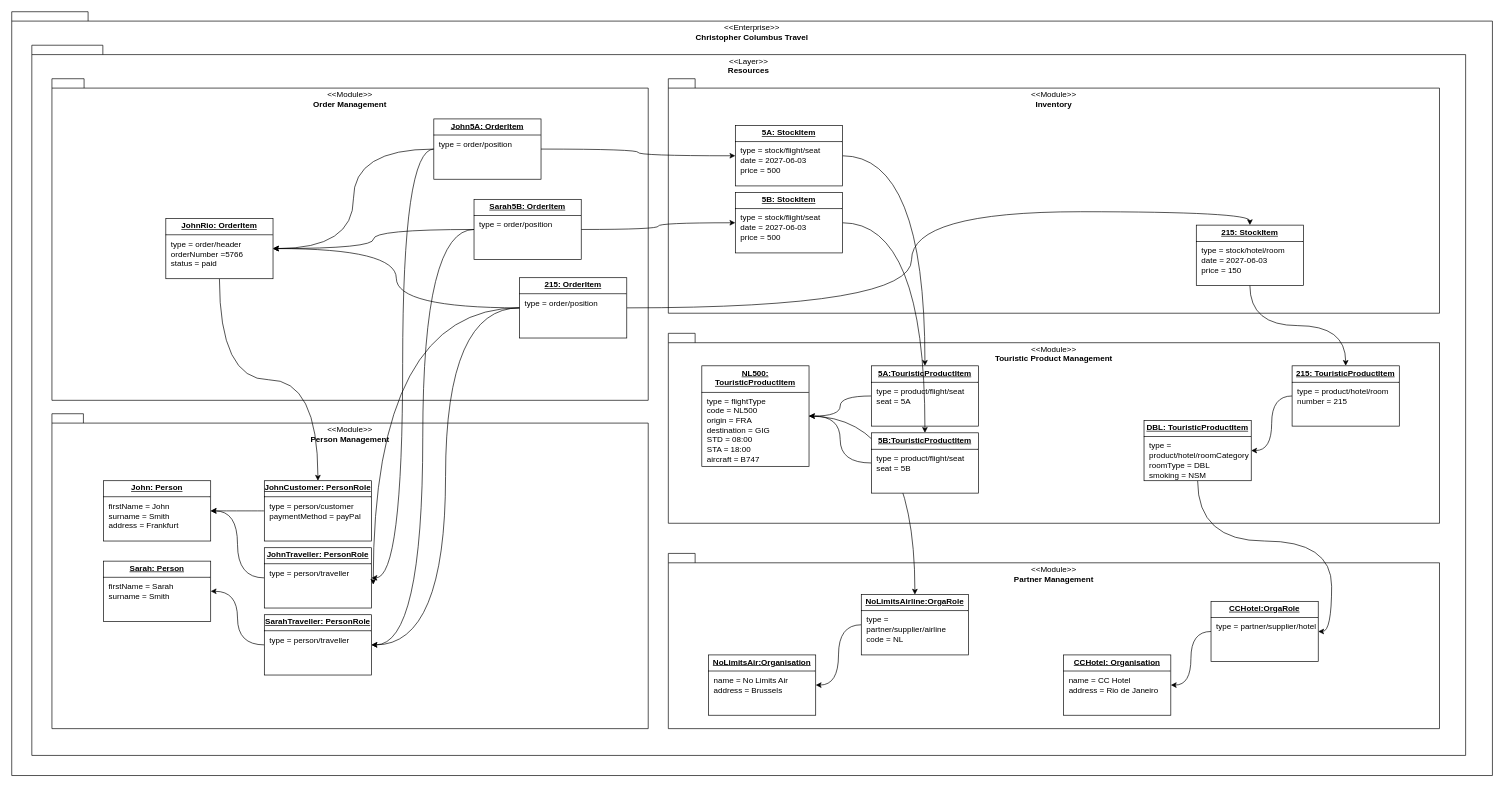
Above: docs/architecture/entity-model/objects.drawio in hochschule-darmstadt/a3se_app (draw.io), before the change. Source tidied: cells renumbered, new cells numbered last; positions are measured from the earlier drawing's top-left corner, leaving out a move shared by most shapes. Both pictures are drawn from the tidied source at 67%, with x=0, y=0 at pixel (11, 11).
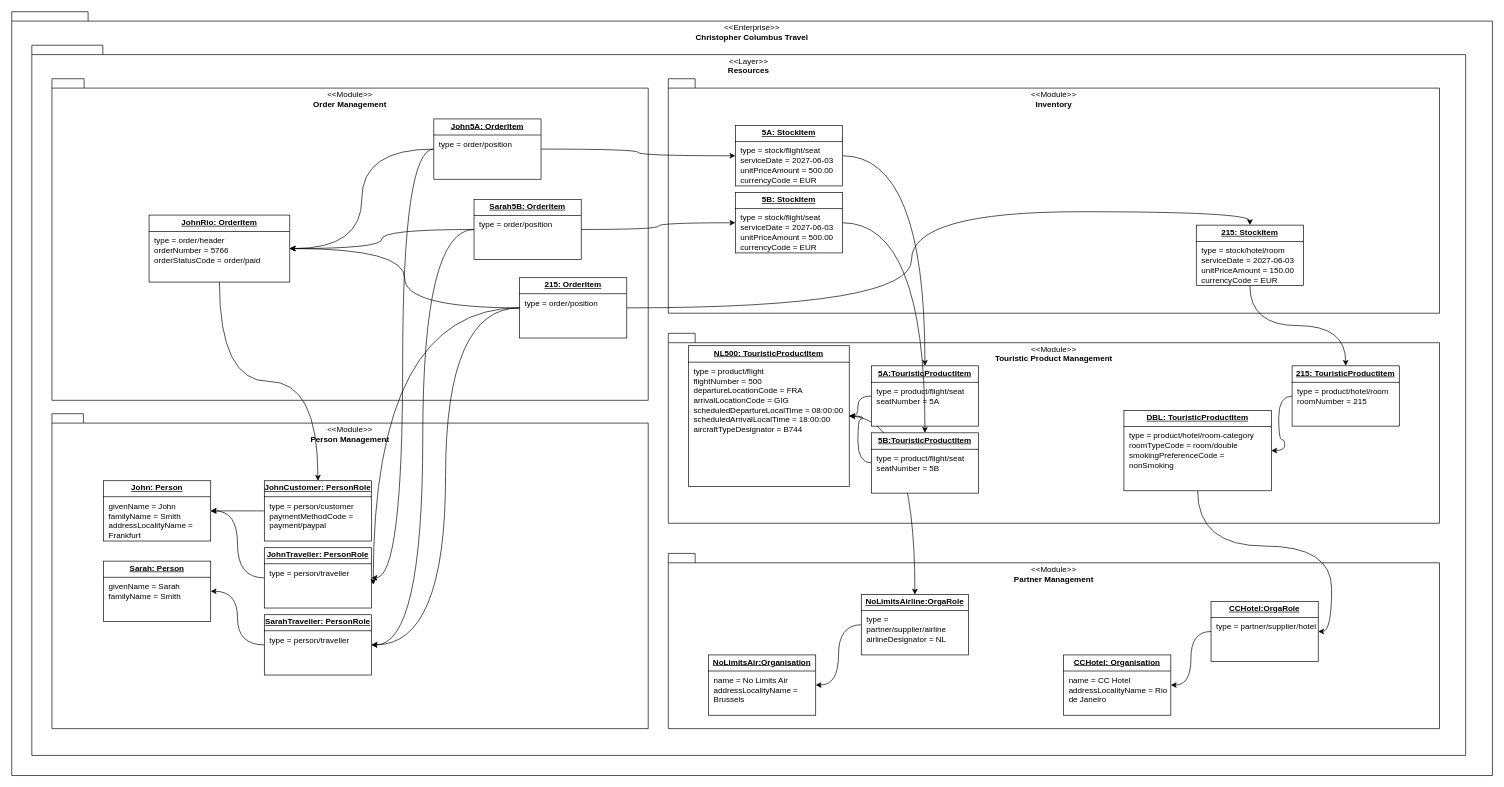
The same diagram, later.

Change to the diagram source:
```diff
@@
-    <mxCell id="9" value="&lt;p style=&quot;margin:0px;margin-top:4px;text-align:center;text-decoration:underline;&quot;&gt;&lt;b&gt;John: Person&lt;/b&gt;&lt;/p&gt;&lt;hr size=&quot;1&quot; style=&quot;border-style:solid;&quot;&gt;&lt;p style=&quot;margin:0px;margin-left:8px;&quot;&gt;firstName = John&lt;br&gt;surname = Smith&lt;br&gt;&lt;/p&gt;&lt;p style=&quot;margin:0px;margin-left:8px;&quot;&gt;address = Frankfurt&lt;/p&gt;" style="verticalAlign=top;align=left;overflow=fill;html=1;whiteSpace=wrap;" parent="1" vertex="1">
+    <mxCell id="9" value="&lt;p style=&quot;margin:0px;margin-top:4px;text-align:center;text-decoration:underline;&quot;&gt;&lt;b&gt;John: Person&lt;/b&gt;&lt;/p&gt;&lt;hr size=&quot;1&quot; style=&quot;border-style:solid;&quot;&gt;&lt;p style=&quot;margin:0px;margin-left:8px;&quot;&gt;givenName = John&lt;br&gt;familyName = Smith&lt;br&gt;&lt;/p&gt;&lt;p style=&quot;margin:0px;margin-left:8px;&quot;&gt;addressLocalityName = Frankfurt&lt;/p&gt;" style="verticalAlign=top;align=left;overflow=fill;html=1;whiteSpace=wrap;" parent="1" vertex="1">
       <mxGeometry x="137" y="700" width="160" height="90" as="geometry" />
     </mxCell>
@@
-    <mxCell id="11" value="&lt;p style=&quot;margin:0px;margin-top:4px;text-align:center;text-decoration:underline;&quot;&gt;&lt;b&gt;JohnCustomer: PersonRole&lt;/b&gt;&lt;/p&gt;&lt;hr size=&quot;1&quot; style=&quot;border-style:solid;&quot;&gt;&lt;p style=&quot;margin:0px;margin-left:8px;&quot;&gt;type = person/customer&lt;/p&gt;&lt;p style=&quot;margin:0px;margin-left:8px;&quot;&gt;&lt;span style=&quot;background-color: transparent; color: light-dark(rgb(0, 0, 0), rgb(255, 255, 255));&quot;&gt;paymentMethod = payPal&lt;/span&gt;&lt;/p&gt;" style="verticalAlign=top;align=left;overflow=fill;html=1;whiteSpace=wrap;" parent="1" vertex="1">
+    <mxCell id="11" value="&lt;p style=&quot;margin:0px;margin-top:4px;text-align:center;text-decoration:underline;&quot;&gt;&lt;b&gt;JohnCustomer: PersonRole&lt;/b&gt;&lt;/p&gt;&lt;hr size=&quot;1&quot; style=&quot;border-style:solid;&quot;&gt;&lt;p style=&quot;margin:0px;margin-left:8px;&quot;&gt;type = person/customer&lt;/p&gt;&lt;p style=&quot;margin:0px;margin-left:8px;&quot;&gt;&lt;span style=&quot;background-color: transparent; color: light-dark(rgb(0, 0, 0), rgb(255, 255, 255));&quot;&gt;paymentMethodCode = payment/paypal&lt;/span&gt;&lt;/p&gt;" style="verticalAlign=top;align=left;overflow=fill;html=1;whiteSpace=wrap;" parent="1" vertex="1">
       <mxGeometry x="377" y="700" width="160" height="90" as="geometry" />
     </mxCell>
-    <mxCell id="12" value="&lt;p style=&quot;margin:0px;margin-top:4px;text-align:center;text-decoration:underline;&quot;&gt;&lt;b&gt;Sarah: Person&lt;/b&gt;&lt;/p&gt;&lt;hr size=&quot;1&quot; style=&quot;border-style:solid;&quot;&gt;&lt;p style=&quot;margin:0px;margin-left:8px;&quot;&gt;firstName = Sarah&lt;br&gt;surname = Smith&lt;br&gt;&lt;/p&gt;" style="verticalAlign=top;align=left;overflow=fill;html=1;whiteSpace=wrap;" parent="1" vertex="1">
+    <mxCell id="12" value="&lt;p style=&quot;margin:0px;margin-top:4px;text-align:center;text-decoration:underline;&quot;&gt;&lt;b&gt;Sarah: Person&lt;/b&gt;&lt;/p&gt;&lt;hr size=&quot;1&quot; style=&quot;border-style:solid;&quot;&gt;&lt;p style=&quot;margin:0px;margin-left:8px;&quot;&gt;givenName = Sarah&lt;br&gt;familyName = Smith&lt;br&gt;&lt;/p&gt;" style="verticalAlign=top;align=left;overflow=fill;html=1;whiteSpace=wrap;" parent="1" vertex="1">
       <mxGeometry x="137" y="820" width="160" height="90" as="geometry" />
     </mxCell>
-    <mxCell id="13" value="&lt;p style=&quot;margin:0px;margin-top:4px;text-align:center;text-decoration:underline;&quot;&gt;&lt;b&gt;NoLimitsAir:Organisation&lt;/b&gt;&lt;/p&gt;&lt;hr size=&quot;1&quot; style=&quot;border-style:solid;&quot;&gt;&lt;p style=&quot;margin:0px;margin-left:8px;&quot;&gt;name = No Limits Air&lt;/p&gt;&lt;p style=&quot;margin:0px;margin-left:8px;&quot;&gt;address = Brussels&lt;/p&gt;" style="verticalAlign=top;align=left;overflow=fill;html=1;whiteSpace=wrap;" parent="1" vertex="1">
+    <mxCell id="13" value="&lt;p style=&quot;margin:0px;margin-top:4px;text-align:center;text-decoration:underline;&quot;&gt;&lt;b&gt;NoLimitsAir:Organisation&lt;/b&gt;&lt;/p&gt;&lt;hr size=&quot;1&quot; style=&quot;border-style:solid;&quot;&gt;&lt;p style=&quot;margin:0px;margin-left:8px;&quot;&gt;name = No Limits Air&lt;/p&gt;&lt;p style=&quot;margin:0px;margin-left:8px;&quot;&gt;addressLocalityName = Brussels&lt;/p&gt;" style="verticalAlign=top;align=left;overflow=fill;html=1;whiteSpace=wrap;" parent="1" vertex="1">
       <mxGeometry x="1040" y="960" width="160" height="90" as="geometry" />
     </mxCell>
@@
-    <mxCell id="15" value="&lt;p style=&quot;margin:0px;margin-top:4px;text-align:center;text-decoration:underline;&quot;&gt;&lt;b&gt;NL500: TouristicProductItem&lt;/b&gt;&lt;/p&gt;&lt;hr size=&quot;1&quot; style=&quot;border-style:solid;&quot;&gt;&lt;p style=&quot;margin:0px;margin-left:8px;&quot;&gt;type = flightType&lt;/p&gt;&lt;p style=&quot;margin: 0px 0px 0px 8px;&quot;&gt;code = NL500&lt;/p&gt;&lt;p style=&quot;margin:0px;margin-left:8px;&quot;&gt;origin = FRA&lt;/p&gt;&lt;p style=&quot;margin:0px;margin-left:8px;&quot;&gt;destination = GIG&lt;/p&gt;&lt;p style=&quot;margin:0px;margin-left:8px;&quot;&gt;&lt;span style=&quot;background-color: transparent; color: light-dark(rgb(0, 0, 0), rgb(255, 255, 255));&quot;&gt;STD = 08:00&lt;/span&gt;&lt;/p&gt;&lt;p style=&quot;margin: 0px 0px 0px 8px;&quot;&gt;STA = &lt;span style=&quot;background-color: transparent; color: light-dark(rgb(0, 0, 0), rgb(255, 255, 255));&quot;&gt;18:00&lt;/span&gt;&lt;/p&gt;&lt;p style=&quot;margin: 0px 0px 0px 8px;&quot;&gt;&lt;span style=&quot;background-color: transparent; color: light-dark(rgb(0, 0, 0), rgb(255, 255, 255));&quot;&gt;aircraft = B747&lt;/span&gt;&lt;/p&gt;" style="verticalAlign=top;align=left;overflow=fill;html=1;whiteSpace=wrap;" parent="1" vertex="1">
-      <mxGeometry x="1030" y="528.5" width="160" height="150" as="geometry" />
+    <mxCell id="15" value="&lt;p style=&quot;margin:0px;margin-top:4px;text-align:center;text-decoration:underline;&quot;&gt;&lt;b&gt;NL500: TouristicProductItem&lt;/b&gt;&lt;/p&gt;&lt;hr size=&quot;1&quot; style=&quot;border-style:solid;&quot;&gt;&lt;p style=&quot;margin:0px;margin-left:8px;&quot;&gt;type = product/flight&lt;/p&gt;&lt;p style=&quot;margin: 0px 0px 0px 8px;&quot;&gt;flightNumber = 500&lt;/p&gt;&lt;p style=&quot;margin:0px;margin-left:8px;&quot;&gt;departureLocationCode = FRA&lt;/p&gt;&lt;p style=&quot;margin:0px;margin-left:8px;&quot;&gt;arrivalLocationCode = GIG&lt;/p&gt;&lt;p style=&quot;margin:0px;margin-left:8px;&quot;&gt;&lt;span style=&quot;background-color: transparent; color: light-dark(rgb(0, 0, 0), rgb(255, 255, 255));&quot;&gt;scheduledDepartureLocalTime = 08:00:00&lt;/span&gt;&lt;/p&gt;&lt;p style=&quot;margin: 0px 0px 0px 8px;&quot;&gt;scheduledArrivalLocalTime = &lt;span style=&quot;background-color: transparent; color: light-dark(rgb(0, 0, 0), rgb(255, 255, 255));&quot;&gt;18:00:00&lt;/span&gt;&lt;/p&gt;&lt;p style=&quot;margin: 0px 0px 0px 8px;&quot;&gt;&lt;span style=&quot;background-color: transparent; color: light-dark(rgb(0, 0, 0), rgb(255, 255, 255));&quot;&gt;aircraftTypeDesignator = B744&lt;/span&gt;&lt;/p&gt;" style="verticalAlign=top;align=left;overflow=fill;html=1;whiteSpace=wrap;" parent="1" vertex="1">
+      <mxGeometry x="1010" y="498.5" width="240" height="210" as="geometry" />
     </mxCell>
@@
-    <mxCell id="17" value="&lt;p style=&quot;margin:0px;margin-top:4px;text-align:center;text-decoration:underline;&quot;&gt;&lt;b&gt;NoLimitsAirline:OrgaRole&lt;/b&gt;&lt;/p&gt;&lt;hr size=&quot;1&quot; style=&quot;border-style:solid;&quot;&gt;&lt;p style=&quot;margin:0px;margin-left:8px;&quot;&gt;type = partner/supplier/airline&lt;/p&gt;&lt;p style=&quot;margin:0px;margin-left:8px;&quot;&gt;&lt;span style=&quot;background-color: transparent; color: light-dark(rgb(0, 0, 0), rgb(255, 255, 255));&quot;&gt;code = NL&lt;/span&gt;&lt;/p&gt;" style="verticalAlign=top;align=left;overflow=fill;html=1;whiteSpace=wrap;" parent="1" vertex="1">
+    <mxCell id="17" value="&lt;p style=&quot;margin:0px;margin-top:4px;text-align:center;text-decoration:underline;&quot;&gt;&lt;b&gt;NoLimitsAirline:OrgaRole&lt;/b&gt;&lt;/p&gt;&lt;hr size=&quot;1&quot; style=&quot;border-style:solid;&quot;&gt;&lt;p style=&quot;margin:0px;margin-left:8px;&quot;&gt;type = partner/supplier/airline&lt;/p&gt;&lt;p style=&quot;margin:0px;margin-left:8px;&quot;&gt;&lt;span style=&quot;background-color: transparent; color: light-dark(rgb(0, 0, 0), rgb(255, 255, 255));&quot;&gt;airlineDesignator = NL&lt;/span&gt;&lt;/p&gt;" style="verticalAlign=top;align=left;overflow=fill;html=1;whiteSpace=wrap;" parent="1" vertex="1">
       <mxGeometry x="1268" y="870" width="160" height="90" as="geometry" />
     </mxCell>
@@
-    <mxCell id="22" value="&lt;p style=&quot;margin:0px;margin-top:4px;text-align:center;text-decoration:underline;&quot;&gt;&lt;b&gt;CCHotel: Organisation&lt;/b&gt;&lt;/p&gt;&lt;hr size=&quot;1&quot; style=&quot;border-style:solid;&quot;&gt;&lt;p style=&quot;margin:0px;margin-left:8px;&quot;&gt;name = CC Hotel&lt;/p&gt;&lt;p style=&quot;margin:0px;margin-left:8px;&quot;&gt;address = Rio de Janeiro&lt;/p&gt;" style="verticalAlign=top;align=left;overflow=fill;html=1;whiteSpace=wrap;" parent="1" vertex="1">
+    <mxCell id="22" value="&lt;p style=&quot;margin:0px;margin-top:4px;text-align:center;text-decoration:underline;&quot;&gt;&lt;b&gt;CCHotel: Organisation&lt;/b&gt;&lt;/p&gt;&lt;hr size=&quot;1&quot; style=&quot;border-style:solid;&quot;&gt;&lt;p style=&quot;margin:0px;margin-left:8px;&quot;&gt;name = CC Hotel&lt;/p&gt;&lt;p style=&quot;margin:0px;margin-left:8px;&quot;&gt;addressLocalityName = Rio de Janeiro&lt;/p&gt;" style="verticalAlign=top;align=left;overflow=fill;html=1;whiteSpace=wrap;" parent="1" vertex="1">
       <mxGeometry x="1570" y="960" width="160" height="90" as="geometry" />
     </mxCell>
@@
-    <mxCell id="24" value="&lt;p style=&quot;margin:0px;margin-top:4px;text-align:center;text-decoration:underline;&quot;&gt;&lt;b&gt;5A: StockItem&lt;/b&gt;&lt;/p&gt;&lt;hr size=&quot;1&quot; style=&quot;border-style:solid;&quot;&gt;&lt;p style=&quot;margin:0px;margin-left:8px;&quot;&gt;type = stock/flight/seat&lt;/p&gt;&lt;p style=&quot;margin:0px;margin-left:8px;&quot;&gt;date =&amp;nbsp;&lt;span style=&quot;background-color: transparent; color: light-dark(rgb(0, 0, 0), rgb(255, 255, 255));&quot;&gt;2027-06-03&lt;/span&gt;&lt;/p&gt;&lt;p style=&quot;margin:0px;margin-left:8px;&quot;&gt;price = 500&lt;span style=&quot;background-color: transparent; color: light-dark(rgb(0, 0, 0), rgb(255, 255, 255));&quot;&gt;&lt;/span&gt;&lt;/p&gt;" style="verticalAlign=top;align=left;overflow=fill;html=1;whiteSpace=wrap;" parent="1" vertex="1">
+    <mxCell id="24" value="&lt;p style=&quot;margin:0px;margin-top:4px;text-align:center;text-decoration:underline;&quot;&gt;&lt;b&gt;5A: StockItem&lt;/b&gt;&lt;/p&gt;&lt;hr size=&quot;1&quot; style=&quot;border-style:solid;&quot;&gt;&lt;p style=&quot;margin:0px;margin-left:8px;&quot;&gt;type = stock/flight/seat&lt;/p&gt;&lt;p style=&quot;margin:0px;margin-left:8px;&quot;&gt;serviceDate =&amp;nbsp;&lt;span style=&quot;background-color: transparent; color: light-dark(rgb(0, 0, 0), rgb(255, 255, 255));&quot;&gt;2027-06-03&lt;/span&gt;&lt;/p&gt;&lt;p style=&quot;margin:0px;margin-left:8px;&quot;&gt;unitPriceAmount = 500.00&lt;br&gt;currencyCode = EUR&lt;/p&gt;" style="verticalAlign=top;align=left;overflow=fill;html=1;whiteSpace=wrap;" parent="1" vertex="1">
       <mxGeometry x="1080" y="170" width="160" height="90" as="geometry" />
     </mxCell>
@@
-    <mxCell id="26" value="&lt;p style=&quot;margin:0px;margin-top:4px;text-align:center;text-decoration:underline;&quot;&gt;&lt;b&gt;DBL: TouristicProductItem&lt;/b&gt;&lt;/p&gt;&lt;hr size=&quot;1&quot; style=&quot;border-style:solid;&quot;&gt;&lt;p style=&quot;margin:0px;margin-left:8px;&quot;&gt;type = product/hotel/roomCategory&lt;/p&gt;&lt;p style=&quot;margin:0px;margin-left:8px;&quot;&gt;roomType = DBL&lt;/p&gt;&lt;p style=&quot;margin:0px;margin-left:8px;&quot;&gt;smoking = NSM&amp;nbsp;&lt;/p&gt;" style="verticalAlign=top;align=left;overflow=fill;html=1;whiteSpace=wrap;" parent="1" vertex="1">
-      <mxGeometry x="1690" y="610" width="160" height="90" as="geometry" />
+    <mxCell id="26" value="&lt;p style=&quot;margin:0px;margin-top:4px;text-align:center;text-decoration:underline;&quot;&gt;&lt;b&gt;DBL: TouristicProductItem&lt;/b&gt;&lt;/p&gt;&lt;hr size=&quot;1&quot; style=&quot;border-style:solid;&quot;&gt;&lt;p style=&quot;margin:0px;margin-left:8px;&quot;&gt;type = product/hotel/room-category&lt;/p&gt;&lt;p style=&quot;margin:0px;margin-left:8px;&quot;&gt;roomTypeCode = room/double&lt;/p&gt;&lt;p style=&quot;margin:0px;margin-left:8px;&quot;&gt;smokingPreferenceCode = nonSmoking&amp;nbsp;&lt;/p&gt;" style="verticalAlign=top;align=left;overflow=fill;html=1;whiteSpace=wrap;" parent="1" vertex="1">
+      <mxGeometry x="1660" y="595" width="220" height="120" as="geometry" />
     </mxCell>
@@
-    <mxCell id="28" value="&lt;p style=&quot;margin:0px;margin-top:4px;text-align:center;text-decoration:underline;&quot;&gt;&lt;b&gt;215: TouristicProductItem&lt;/b&gt;&lt;/p&gt;&lt;hr size=&quot;1&quot; style=&quot;border-style:solid;&quot;&gt;&lt;p style=&quot;margin:0px;margin-left:8px;&quot;&gt;type = product/hotel/room&lt;/p&gt;&lt;p style=&quot;margin:0px;margin-left:8px;&quot;&gt;number = 215&lt;/p&gt;" style="verticalAlign=top;align=left;overflow=fill;html=1;whiteSpace=wrap;" parent="1" vertex="1">
+    <mxCell id="28" value="&lt;p style=&quot;margin:0px;margin-top:4px;text-align:center;text-decoration:underline;&quot;&gt;&lt;b&gt;215: TouristicProductItem&lt;/b&gt;&lt;/p&gt;&lt;hr size=&quot;1&quot; style=&quot;border-style:solid;&quot;&gt;&lt;p style=&quot;margin:0px;margin-left:8px;&quot;&gt;type = product/hotel/room&lt;/p&gt;&lt;p style=&quot;margin:0px;margin-left:8px;&quot;&gt;roomNumber = 215&lt;/p&gt;" style="verticalAlign=top;align=left;overflow=fill;html=1;whiteSpace=wrap;" parent="1" vertex="1">
       <mxGeometry x="1911" y="528.5" width="160" height="90" as="geometry" />
     </mxCell>
@@
-    <mxCell id="32" value="&lt;p style=&quot;margin:0px;margin-top:4px;text-align:center;text-decoration:underline;&quot;&gt;&lt;b&gt;5A:TouristicProductItem&lt;/b&gt;&lt;/p&gt;&lt;hr size=&quot;1&quot; style=&quot;border-style:solid;&quot;&gt;&lt;p style=&quot;margin:0px;margin-left:8px;&quot;&gt;type = product/flight/seat&lt;/p&gt;&lt;p style=&quot;margin:0px;margin-left:8px;&quot;&gt;seat = 5A&lt;/p&gt;" style="verticalAlign=top;align=left;overflow=fill;html=1;whiteSpace=wrap;" parent="1" vertex="1">
+    <mxCell id="32" value="&lt;p style=&quot;margin:0px;margin-top:4px;text-align:center;text-decoration:underline;&quot;&gt;&lt;b&gt;5A:TouristicProductItem&lt;/b&gt;&lt;/p&gt;&lt;hr size=&quot;1&quot; style=&quot;border-style:solid;&quot;&gt;&lt;p style=&quot;margin:0px;margin-left:8px;&quot;&gt;type = product/flight/seat&lt;/p&gt;&lt;p style=&quot;margin:0px;margin-left:8px;&quot;&gt;seatNumber = 5A&lt;/p&gt;" style="verticalAlign=top;align=left;overflow=fill;html=1;whiteSpace=wrap;" parent="1" vertex="1">
       <mxGeometry x="1283" y="528.5" width="160" height="90" as="geometry" />
     </mxCell>
@@
-    <mxCell id="34" value="&lt;p style=&quot;margin:0px;margin-top:4px;text-align:center;text-decoration:underline;&quot;&gt;&lt;b&gt;5B:TouristicProductItem&lt;/b&gt;&lt;/p&gt;&lt;hr size=&quot;1&quot; style=&quot;border-style:solid;&quot;&gt;&lt;p style=&quot;margin:0px;margin-left:8px;&quot;&gt;type =&amp;nbsp;&lt;span style=&quot;background-color: transparent; color: light-dark(rgb(0, 0, 0), rgb(255, 255, 255));&quot;&gt;product/flight/seat&lt;/span&gt;&lt;/p&gt;&lt;p style=&quot;margin:0px;margin-left:8px;&quot;&gt;seat = 5B&lt;/p&gt;&lt;p style=&quot;margin:0px;margin-left:8px;&quot;&gt;&lt;br&gt;&lt;/p&gt;" style="verticalAlign=top;align=left;overflow=fill;html=1;whiteSpace=wrap;" parent="1" vertex="1">
+    <mxCell id="34" value="&lt;p style=&quot;margin:0px;margin-top:4px;text-align:center;text-decoration:underline;&quot;&gt;&lt;b&gt;5B:TouristicProductItem&lt;/b&gt;&lt;/p&gt;&lt;hr size=&quot;1&quot; style=&quot;border-style:solid;&quot;&gt;&lt;p style=&quot;margin:0px;margin-left:8px;&quot;&gt;type =&amp;nbsp;&lt;span style=&quot;background-color: transparent; color: light-dark(rgb(0, 0, 0), rgb(255, 255, 255));&quot;&gt;product/flight/seat&lt;/span&gt;&lt;/p&gt;&lt;p style=&quot;margin:0px;margin-left:8px;&quot;&gt;seatNumber = 5B&lt;/p&gt;&lt;p style=&quot;margin:0px;margin-left:8px;&quot;&gt;&lt;br&gt;&lt;/p&gt;" style="verticalAlign=top;align=left;overflow=fill;html=1;whiteSpace=wrap;" parent="1" vertex="1">
       <mxGeometry x="1283" y="628.5" width="160" height="90" as="geometry" />
     </mxCell>
@@
-    <mxCell id="36" value="&lt;p style=&quot;margin:0px;margin-top:4px;text-align:center;text-decoration:underline;&quot;&gt;&lt;b&gt;5B: StockItem&lt;/b&gt;&lt;/p&gt;&lt;hr size=&quot;1&quot; style=&quot;border-style:solid;&quot;&gt;&lt;p style=&quot;margin: 0px 0px 0px 8px;&quot;&gt;type =&amp;nbsp;&lt;span style=&quot;background-color: transparent; color: light-dark(rgb(0, 0, 0), rgb(255, 255, 255));&quot;&gt;stock/flight/seat&lt;/span&gt;&lt;/p&gt;&lt;p style=&quot;margin: 0px 0px 0px 8px;&quot;&gt;date = &lt;span style=&quot;background-color: transparent; color: light-dark(rgb(0, 0, 0), rgb(255, 255, 255));&quot;&gt;2027-06-03&lt;/span&gt;&lt;/p&gt;&lt;p style=&quot;margin: 0px 0px 0px 8px;&quot;&gt;price = 500&lt;span style=&quot;background-color: transparent; color: light-dark(rgb(0, 0, 0), rgb(255, 255, 255));&quot;&gt;&lt;/span&gt;&lt;/p&gt;" style="verticalAlign=top;align=left;overflow=fill;html=1;whiteSpace=wrap;" parent="1" vertex="1">
+    <mxCell id="36" value="&lt;p style=&quot;margin:0px;margin-top:4px;text-align:center;text-decoration:underline;&quot;&gt;&lt;b&gt;5B: StockItem&lt;/b&gt;&lt;/p&gt;&lt;hr size=&quot;1&quot; style=&quot;border-style:solid;&quot;&gt;&lt;p style=&quot;margin: 0px 0px 0px 8px;&quot;&gt;type =&amp;nbsp;&lt;span style=&quot;background-color: transparent; color: light-dark(rgb(0, 0, 0), rgb(255, 255, 255));&quot;&gt;stock/flight/seat&lt;/span&gt;&lt;/p&gt;&lt;p style=&quot;margin: 0px 0px 0px 8px;&quot;&gt;serviceDate = &lt;span style=&quot;background-color: transparent; color: light-dark(rgb(0, 0, 0), rgb(255, 255, 255));&quot;&gt;2027-06-03&lt;/span&gt;&lt;/p&gt;&lt;p style=&quot;margin: 0px 0px 0px 8px;&quot;&gt;unitPriceAmount = 500.00&lt;br&gt;currencyCode = EUR&lt;/p&gt;" style="verticalAlign=top;align=left;overflow=fill;html=1;whiteSpace=wrap;" parent="1" vertex="1">
       <mxGeometry x="1080" y="270" width="160" height="90" as="geometry" />
     </mxCell>
@@
-    <mxCell id="38" value="&lt;p style=&quot;margin:0px;margin-top:4px;text-align:center;text-decoration:underline;&quot;&gt;&lt;b&gt;215: StockItem&lt;/b&gt;&lt;/p&gt;&lt;hr size=&quot;1&quot; style=&quot;border-style:solid;&quot;&gt;&lt;p style=&quot;margin:0px;margin-left:8px;&quot;&gt;type = stock/hotel/room&lt;/p&gt;&lt;p style=&quot;margin:0px;margin-left:8px;&quot;&gt;date = 2027-06-03&lt;/p&gt;&lt;p style=&quot;margin:0px;margin-left:8px;&quot;&gt;price = 150&lt;/p&gt;" style="verticalAlign=top;align=left;overflow=fill;html=1;whiteSpace=wrap;" parent="1" vertex="1">
+    <mxCell id="38" value="&lt;p style=&quot;margin:0px;margin-top:4px;text-align:center;text-decoration:underline;&quot;&gt;&lt;b&gt;215: StockItem&lt;/b&gt;&lt;/p&gt;&lt;hr size=&quot;1&quot; style=&quot;border-style:solid;&quot;&gt;&lt;p style=&quot;margin:0px;margin-left:8px;&quot;&gt;type = stock/hotel/room&lt;/p&gt;&lt;p style=&quot;margin:0px;margin-left:8px;&quot;&gt;serviceDate = 2027-06-03&lt;/p&gt;&lt;p style=&quot;margin:0px;margin-left:8px;&quot;&gt;unitPriceAmount = 150.00&lt;br&gt;currencyCode = EUR&lt;/p&gt;" style="verticalAlign=top;align=left;overflow=fill;html=1;whiteSpace=wrap;" parent="1" vertex="1">
       <mxGeometry x="1768" y="318.5" width="160" height="90" as="geometry" />
     </mxCell>
@@
-    <mxCell id="40" value="&lt;p style=&quot;margin:0px;margin-top:4px;text-align:center;text-decoration:underline;&quot;&gt;&lt;b&gt;JohnRio: OrderItem&lt;/b&gt;&lt;/p&gt;&lt;hr size=&quot;1&quot; style=&quot;border-style:solid;&quot;&gt;&lt;p style=&quot;margin:0px;margin-left:8px;&quot;&gt;type = order/header&lt;/p&gt;&lt;p style=&quot;margin:0px;margin-left:8px;&quot;&gt;orderNumber =5766&lt;/p&gt;&lt;p style=&quot;margin:0px;margin-left:8px;&quot;&gt;status = paid&lt;/p&gt;" style="verticalAlign=top;align=left;overflow=fill;html=1;whiteSpace=wrap;" parent="1" vertex="1">
-      <mxGeometry x="230" y="308.5" width="160" height="90" as="geometry" />
+    <mxCell id="40" value="&lt;p style=&quot;margin:0px;margin-top:4px;text-align:center;text-decoration:underline;&quot;&gt;&lt;b&gt;JohnRio: OrderItem&lt;/b&gt;&lt;/p&gt;&lt;hr size=&quot;1&quot; style=&quot;border-style:solid;&quot;&gt;&lt;p style=&quot;margin:0px;margin-left:8px;&quot;&gt;type = order/header&lt;/p&gt;&lt;p style=&quot;margin:0px;margin-left:8px;&quot;&gt;orderNumber = 5766&lt;/p&gt;&lt;p style=&quot;margin:0px;margin-left:8px;&quot;&gt;orderStatusCode = order/paid&lt;/p&gt;" style="verticalAlign=top;align=left;overflow=fill;html=1;whiteSpace=wrap;" parent="1" vertex="1">
+      <mxGeometry x="205" y="303.5" width="210" height="100" as="geometry" />
     </mxCell>
```
